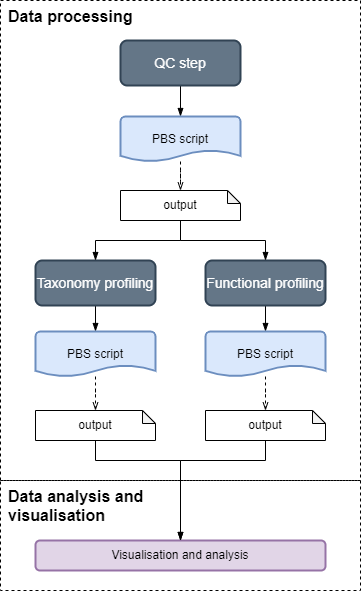
Earlier version of the draw.io export docs/assets/img/tutorials/no-singularity/tut_OverallSchema.png (mrcbioinfo/mima-pipeline). Source tidied: cells renumbered, new cells last; positions are measured from the earlier drawing's top-left corner, leaving out a move shared by most shapes. Source of this version:
```xml
<mxGraphModel>
  <root>
    <mxCell id="0" />
    <mxCell id="1" parent="0" />
    <mxCell id="2" value="&lt;b style=&quot;font-size: 16px;&quot;&gt;Data processing&lt;/b&gt;" style="rounded=0;whiteSpace=wrap;html=1;fontFamily=Helvetica;fontSize=16;fontColor=rgb(0, 0, 0);align=left;strokeColor=rgb(0, 0, 0);fillColor=none;dashed=1;verticalAlign=top;spacingLeft=6;" parent="1" vertex="1">
      <mxGeometry width="360" height="480" as="geometry" />
    </mxCell>
    <mxCell id="3" value="&lt;b&gt;Data analysis and &lt;br&gt;visualisation&lt;/b&gt;" style="rounded=0;whiteSpace=wrap;html=1;fontFamily=Helvetica;fontSize=16;fontColor=rgb(0, 0, 0);align=left;strokeColor=rgb(0, 0, 0);fillColor=none;dashed=1;verticalAlign=top;spacingLeft=6;" parent="1" vertex="1">
      <mxGeometry y="480" width="360" height="110" as="geometry" />
    </mxCell>
    <mxCell id="4" style="edgeStyle=orthogonalEdgeStyle;rounded=0;jettySize=auto;html=1;endArrow=blockThin;endFill=1;" parent="1" edge="1" source="5" target="7">
      <mxGeometry relative="1" as="geometry" />
    </mxCell>
    <mxCell id="5" value="QC step" style="rounded=1;whiteSpace=wrap;html=1;strokeWidth=2;fillColor=#647687;strokeColor=#314354;fontColor=#ffffff;fontSize=14;" parent="1" vertex="1">
      <mxGeometry x="120" y="40" width="120" height="45" as="geometry" />
    </mxCell>
    <mxCell id="6" style="edgeStyle=orthogonalEdgeStyle;rounded=0;jettySize=auto;html=1;endArrow=openThin;endFill=0;dashed=1;" parent="1" edge="1" source="7" target="14">
      <mxGeometry relative="1" as="geometry" />
    </mxCell>
    <mxCell id="7" value="PBS script" style="strokeWidth=2;html=1;shape=mxgraph.flowchart.document2;whiteSpace=wrap;size=0.25;fillColor=#dae8fc;fontColor=default;strokeColor=#6c8ebf;rounded=1;" parent="1" vertex="1">
      <mxGeometry x="120" y="116" width="120" height="45" as="geometry" />
    </mxCell>
    <mxCell id="8" style="edgeStyle=orthogonalEdgeStyle;rounded=0;jettySize=auto;html=1;endArrow=blockThin;endFill=1;" parent="1" edge="1" source="9" target="17">
      <mxGeometry relative="1" as="geometry" />
    </mxCell>
    <mxCell id="9" value="Taxonomy profiling" style="rounded=1;whiteSpace=wrap;html=1;strokeWidth=2;fillColor=#647687;strokeColor=#314354;fontColor=#ffffff;fontSize=14;" parent="1" vertex="1">
      <mxGeometry x="35" y="260" width="120" height="45" as="geometry" />
    </mxCell>
    <mxCell id="10" style="edgeStyle=orthogonalEdgeStyle;rounded=0;jettySize=auto;html=1;endArrow=blockThin;endFill=1;" parent="1" edge="1" source="11" target="19">
      <mxGeometry relative="1" as="geometry" />
    </mxCell>
    <mxCell id="11" value="Functional profiling" style="rounded=1;whiteSpace=wrap;html=1;strokeWidth=2;fillColor=#647687;strokeColor=#314354;fontColor=#ffffff;fontSize=14;" parent="1" vertex="1">
      <mxGeometry x="205" y="260" width="120" height="45" as="geometry" />
    </mxCell>
    <mxCell id="12" style="edgeStyle=orthogonalEdgeStyle;rounded=0;jettySize=auto;html=1;endArrow=blockThin;endFill=1;" parent="1" edge="1" source="14" target="9">
      <mxGeometry relative="1" as="geometry" />
    </mxCell>
    <mxCell id="13" style="edgeStyle=orthogonalEdgeStyle;rounded=0;jettySize=auto;html=1;endArrow=blockThin;endFill=1;" parent="1" edge="1" source="14" target="11">
      <mxGeometry relative="1" as="geometry" />
    </mxCell>
    <mxCell id="14" value="output" style="shape=note;whiteSpace=wrap;html=1;backgroundOutline=1;darkOpacity=0.05;fontFamily=Helvetica;fontSize=12;fontColor=rgb(0, 0, 0);align=center;strokeColor=rgb(0, 0, 0);strokeWidth=1;fillColor=rgb(255, 255, 255);size=13;" parent="1" vertex="1">
      <mxGeometry x="120" y="190" width="120" height="30" as="geometry" />
    </mxCell>
    <mxCell id="15" value="Visualisation and analysis" style="rounded=1;whiteSpace=wrap;html=1;strokeWidth=2;fillColor=#e1d5e7;strokeColor=#9673a6;" parent="1" vertex="1">
      <mxGeometry x="35" y="540" width="290" height="30" as="geometry" />
    </mxCell>
    <mxCell id="16" style="edgeStyle=orthogonalEdgeStyle;rounded=0;jettySize=auto;html=1;endArrow=openThin;endFill=0;dashed=1;" parent="1" edge="1" source="17" target="21">
      <mxGeometry relative="1" as="geometry" />
    </mxCell>
    <mxCell id="17" value="PBS script" style="strokeWidth=2;html=1;shape=mxgraph.flowchart.document2;whiteSpace=wrap;size=0.25;fillColor=#dae8fc;fontColor=default;strokeColor=#6c8ebf;rounded=1;" parent="1" vertex="1">
      <mxGeometry x="35" y="331" width="120" height="45" as="geometry" />
    </mxCell>
    <mxCell id="18" style="edgeStyle=orthogonalEdgeStyle;rounded=0;jettySize=auto;html=1;endArrow=openThin;endFill=0;dashed=1;" parent="1" edge="1" source="19" target="23">
      <mxGeometry relative="1" as="geometry" />
    </mxCell>
    <mxCell id="19" value="PBS script" style="strokeWidth=2;html=1;shape=mxgraph.flowchart.document2;whiteSpace=wrap;size=0.25;fillColor=#dae8fc;fontColor=default;strokeColor=#6c8ebf;rounded=1;" parent="1" vertex="1">
      <mxGeometry x="205" y="331" width="120" height="45" as="geometry" />
    </mxCell>
    <mxCell id="20" style="edgeStyle=orthogonalEdgeStyle;rounded=0;jettySize=auto;html=1;entryX=0.5;entryY=0;entryDx=0;entryDy=0;endArrow=blockThin;endFill=1;" parent="1" edge="1" source="21" target="15">
      <mxGeometry relative="1" as="geometry">
        <Array as="points">
          <mxPoint x="95" y="460" />
          <mxPoint x="180" y="460" />
        </Array>
      </mxGeometry>
    </mxCell>
    <mxCell id="21" value="output" style="shape=note;whiteSpace=wrap;html=1;backgroundOutline=1;darkOpacity=0.05;fontFamily=Helvetica;fontSize=12;fontColor=rgb(0, 0, 0);align=center;strokeColor=rgb(0, 0, 0);strokeWidth=1;fillColor=rgb(255, 255, 255);size=13;" parent="1" vertex="1">
      <mxGeometry x="35" y="410" width="120" height="30" as="geometry" />
    </mxCell>
    <mxCell id="22" style="edgeStyle=orthogonalEdgeStyle;rounded=0;jettySize=auto;html=1;endArrow=blockThin;endFill=1;" parent="1" edge="1" source="23" target="15">
      <mxGeometry relative="1" as="geometry">
        <Array as="points">
          <mxPoint x="265" y="460" />
          <mxPoint x="180" y="460" />
        </Array>
      </mxGeometry>
    </mxCell>
    <mxCell id="23" value="output" style="shape=note;whiteSpace=wrap;html=1;backgroundOutline=1;darkOpacity=0.05;fontFamily=Helvetica;fontSize=12;fontColor=rgb(0, 0, 0);align=center;strokeColor=rgb(0, 0, 0);strokeWidth=1;fillColor=rgb(255, 255, 255);size=13;" parent="1" vertex="1">
      <mxGeometry x="205" y="410" width="120" height="30" as="geometry" />
    </mxCell>
  </root>
</mxGraphModel>
```
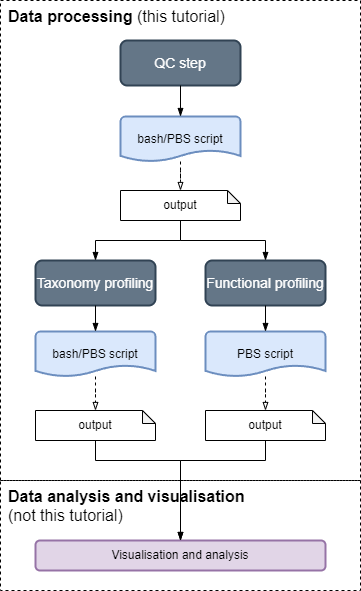
Above is the later version.

Commit message:
update tutorial with new parameter settings and images

Diff of the diagram source:
```diff
@@ -2,72 +2,72 @@
   <root>
     <mxCell id="0" />
     <mxCell id="1" parent="0" />
-    <mxCell id="2" value="&lt;b style=&quot;font-size: 16px;&quot;&gt;Data processing&lt;/b&gt;" style="rounded=0;whiteSpace=wrap;html=1;fontFamily=Helvetica;fontSize=16;fontColor=rgb(0, 0, 0);align=left;strokeColor=rgb(0, 0, 0);fillColor=none;dashed=1;verticalAlign=top;spacingLeft=6;" parent="1" vertex="1">
-      <mxGeometry width="360" height="480" as="geometry" />
+    <mxCell id="2" style="group;" parent="1" vertex="1">
+      <mxGeometry width="360" height="590" as="geometry" />
     </mxCell>
-    <mxCell id="3" value="&lt;b&gt;Data analysis and &lt;br&gt;visualisation&lt;/b&gt;" style="rounded=0;whiteSpace=wrap;html=1;fontFamily=Helvetica;fontSize=16;fontColor=rgb(0, 0, 0);align=left;strokeColor=rgb(0, 0, 0);fillColor=none;dashed=1;verticalAlign=top;spacingLeft=6;" parent="1" vertex="1">
-      <mxGeometry y="480" width="360" height="110" as="geometry" />
+    <mxCell id="3" value="&lt;b style=&quot;font-size: 16px;&quot;&gt;Data processing &lt;/b&gt;&lt;span style=&quot;font-size: 16px;&quot;&gt;(this tutorial)&lt;/span&gt;" style="rounded=0;whiteSpace=wrap;html=1;fontFamily=Helvetica;fontSize=16;fontColor=rgb(0, 0, 0);align=left;strokeColor=rgb(0, 0, 0);fillColor=none;dashed=1;verticalAlign=top;spacingLeft=6;" parent="2" vertex="1">
+      <mxGeometry width="360" height="480" as="geometry" />
     </mxCell>
-    <mxCell id="4" style="edgeStyle=orthogonalEdgeStyle;rounded=0;jettySize=auto;html=1;endArrow=blockThin;endFill=1;" parent="1" edge="1" source="5" target="7">
-      <mxGeometry relative="1" as="geometry" />
+    <mxCell id="4" value="&lt;b&gt;Data analysis and&amp;nbsp;visualisation &lt;br&gt;&lt;/b&gt;(not this tutorial)" style="rounded=0;whiteSpace=wrap;html=1;fontFamily=Helvetica;fontSize=16;fontColor=rgb(0, 0, 0);align=left;strokeColor=rgb(0, 0, 0);fillColor=none;dashed=1;verticalAlign=top;spacingLeft=6;" parent="2" vertex="1">
+      <mxGeometry y="480" width="360" height="110" as="geometry" />
     </mxCell>
-    <mxCell id="5" value="QC step" style="rounded=1;whiteSpace=wrap;html=1;strokeWidth=2;fillColor=#647687;strokeColor=#314354;fontColor=#ffffff;fontSize=14;" parent="1" vertex="1">
+    <mxCell id="5" value="QC step" style="rounded=1;whiteSpace=wrap;html=1;strokeWidth=2;fillColor=#647687;strokeColor=#314354;fontColor=#ffffff;fontSize=14;" parent="2" vertex="1">
       <mxGeometry x="120" y="40" width="120" height="45" as="geometry" />
     </mxCell>
-    <mxCell id="6" style="edgeStyle=orthogonalEdgeStyle;rounded=0;jettySize=auto;html=1;endArrow=openThin;endFill=0;dashed=1;" parent="1" edge="1" source="7" target="14">
-      <mxGeometry relative="1" as="geometry" />
+    <mxCell id="6" value="bash/PBS script" style="strokeWidth=2;html=1;shape=mxgraph.flowchart.document2;whiteSpace=wrap;size=0.25;fillColor=#dae8fc;fontColor=default;strokeColor=#6c8ebf;rounded=1;" parent="2" vertex="1">
+      <mxGeometry x="120" y="116" width="120" height="45" as="geometry" />
     </mxCell>
-    <mxCell id="7" value="PBS script" style="strokeWidth=2;html=1;shape=mxgraph.flowchart.document2;whiteSpace=wrap;size=0.25;fillColor=#dae8fc;fontColor=default;strokeColor=#6c8ebf;rounded=1;" parent="1" vertex="1">
-      <mxGeometry x="120" y="116" width="120" height="45" as="geometry" />
+    <mxCell id="7" style="edgeStyle=orthogonalEdgeStyle;rounded=0;jettySize=auto;html=1;endArrow=blockThin;endFill=1;" parent="2" edge="1" source="5" target="6">
+      <mxGeometry relative="1" as="geometry" />
     </mxCell>
-    <mxCell id="8" style="edgeStyle=orthogonalEdgeStyle;rounded=0;jettySize=auto;html=1;endArrow=blockThin;endFill=1;" parent="1" edge="1" source="9" target="17">
-      <mxGeometry relative="1" as="geometry" />
+    <mxCell id="8" value="Taxonomy profiling" style="rounded=1;whiteSpace=wrap;html=1;strokeWidth=2;fillColor=#647687;strokeColor=#314354;fontColor=#ffffff;fontSize=14;" parent="2" vertex="1">
+      <mxGeometry x="35" y="260" width="120" height="45" as="geometry" />
     </mxCell>
-    <mxCell id="9" value="Taxonomy profiling" style="rounded=1;whiteSpace=wrap;html=1;strokeWidth=2;fillColor=#647687;strokeColor=#314354;fontColor=#ffffff;fontSize=14;" parent="1" vertex="1">
-      <mxGeometry x="35" y="260" width="120" height="45" as="geometry" />
+    <mxCell id="9" value="Functional profiling" style="rounded=1;whiteSpace=wrap;html=1;strokeWidth=2;fillColor=#647687;strokeColor=#314354;fontColor=#ffffff;fontSize=14;" parent="2" vertex="1">
+      <mxGeometry x="205" y="260" width="120" height="45" as="geometry" />
     </mxCell>
-    <mxCell id="10" style="edgeStyle=orthogonalEdgeStyle;rounded=0;jettySize=auto;html=1;endArrow=blockThin;endFill=1;" parent="1" edge="1" source="11" target="19">
+    <mxCell id="10" style="edgeStyle=orthogonalEdgeStyle;rounded=0;jettySize=auto;html=1;endArrow=blockThin;endFill=1;" parent="2" edge="1" source="12" target="8">
       <mxGeometry relative="1" as="geometry" />
     </mxCell>
-    <mxCell id="11" value="Functional profiling" style="rounded=1;whiteSpace=wrap;html=1;strokeWidth=2;fillColor=#647687;strokeColor=#314354;fontColor=#ffffff;fontSize=14;" parent="1" vertex="1">
-      <mxGeometry x="205" y="260" width="120" height="45" as="geometry" />
+    <mxCell id="11" style="edgeStyle=orthogonalEdgeStyle;rounded=0;jettySize=auto;html=1;endArrow=blockThin;endFill=1;" parent="2" edge="1" source="12" target="9">
+      <mxGeometry relative="1" as="geometry" />
     </mxCell>
-    <mxCell id="12" style="edgeStyle=orthogonalEdgeStyle;rounded=0;jettySize=auto;html=1;endArrow=blockThin;endFill=1;" parent="1" edge="1" source="14" target="9">
-      <mxGeometry relative="1" as="geometry" />
+    <mxCell id="12" value="output" style="shape=note;whiteSpace=wrap;html=1;backgroundOutline=1;darkOpacity=0.05;fontFamily=Helvetica;fontSize=12;fontColor=rgb(0, 0, 0);align=center;strokeColor=rgb(0, 0, 0);strokeWidth=1;fillColor=rgb(255, 255, 255);size=13;" parent="2" vertex="1">
+      <mxGeometry x="120" y="190" width="120" height="30" as="geometry" />
     </mxCell>
-    <mxCell id="13" style="edgeStyle=orthogonalEdgeStyle;rounded=0;jettySize=auto;html=1;endArrow=blockThin;endFill=1;" parent="1" edge="1" source="14" target="11">
+    <mxCell id="13" style="edgeStyle=orthogonalEdgeStyle;rounded=0;jettySize=auto;html=1;endArrow=blockThin;endFill=0;dashed=1;fontSize=16;" parent="2" edge="1" source="6" target="12">
       <mxGeometry relative="1" as="geometry" />
     </mxCell>
-    <mxCell id="14" value="output" style="shape=note;whiteSpace=wrap;html=1;backgroundOutline=1;darkOpacity=0.05;fontFamily=Helvetica;fontSize=12;fontColor=rgb(0, 0, 0);align=center;strokeColor=rgb(0, 0, 0);strokeWidth=1;fillColor=rgb(255, 255, 255);size=13;" parent="1" vertex="1">
-      <mxGeometry x="120" y="190" width="120" height="30" as="geometry" />
+    <mxCell id="14" value="Visualisation and analysis" style="rounded=1;whiteSpace=wrap;html=1;strokeWidth=2;fillColor=#e1d5e7;strokeColor=#9673a6;" parent="2" vertex="1">
+      <mxGeometry x="35" y="540" width="290" height="30" as="geometry" />
     </mxCell>
-    <mxCell id="15" value="Visualisation and analysis" style="rounded=1;whiteSpace=wrap;html=1;strokeWidth=2;fillColor=#e1d5e7;strokeColor=#9673a6;" parent="1" vertex="1">
-      <mxGeometry x="35" y="540" width="290" height="30" as="geometry" />
+    <mxCell id="15" value="bash/PBS script" style="strokeWidth=2;html=1;shape=mxgraph.flowchart.document2;whiteSpace=wrap;size=0.25;fillColor=#dae8fc;fontColor=default;strokeColor=#6c8ebf;rounded=1;" parent="2" vertex="1">
+      <mxGeometry x="35" y="331" width="120" height="45" as="geometry" />
     </mxCell>
-    <mxCell id="16" style="edgeStyle=orthogonalEdgeStyle;rounded=0;jettySize=auto;html=1;endArrow=openThin;endFill=0;dashed=1;" parent="1" edge="1" source="17" target="21">
+    <mxCell id="16" style="edgeStyle=orthogonalEdgeStyle;rounded=0;jettySize=auto;html=1;endArrow=blockThin;endFill=1;" parent="2" edge="1" source="8" target="15">
       <mxGeometry relative="1" as="geometry" />
     </mxCell>
-    <mxCell id="17" value="PBS script" style="strokeWidth=2;html=1;shape=mxgraph.flowchart.document2;whiteSpace=wrap;size=0.25;fillColor=#dae8fc;fontColor=default;strokeColor=#6c8ebf;rounded=1;" parent="1" vertex="1">
-      <mxGeometry x="35" y="331" width="120" height="45" as="geometry" />
+    <mxCell id="17" value="PBS script" style="strokeWidth=2;html=1;shape=mxgraph.flowchart.document2;whiteSpace=wrap;size=0.25;fillColor=#dae8fc;fontColor=default;strokeColor=#6c8ebf;rounded=1;" parent="2" vertex="1">
+      <mxGeometry x="205" y="331" width="120" height="45" as="geometry" />
     </mxCell>
-    <mxCell id="18" style="edgeStyle=orthogonalEdgeStyle;rounded=0;jettySize=auto;html=1;endArrow=openThin;endFill=0;dashed=1;" parent="1" edge="1" source="19" target="23">
+    <mxCell id="18" style="edgeStyle=orthogonalEdgeStyle;rounded=0;jettySize=auto;html=1;endArrow=blockThin;endFill=1;" parent="2" edge="1" source="9" target="17">
       <mxGeometry relative="1" as="geometry" />
     </mxCell>
-    <mxCell id="19" value="PBS script" style="strokeWidth=2;html=1;shape=mxgraph.flowchart.document2;whiteSpace=wrap;size=0.25;fillColor=#dae8fc;fontColor=default;strokeColor=#6c8ebf;rounded=1;" parent="1" vertex="1">
-      <mxGeometry x="205" y="331" width="120" height="45" as="geometry" />
+    <mxCell id="19" style="edgeStyle=orthogonalEdgeStyle;rounded=0;jettySize=auto;html=1;entryX=0.5;entryY=0;entryDx=0;entryDy=0;endArrow=blockThin;endFill=1;" parent="2" edge="1" source="20" target="14">
+      <mxGeometry relative="1" as="geometry">
+        <Array as="points">
+          <mxPoint x="95" y="460" />
+          <mxPoint x="180" y="460" />
+        </Array>
+      </mxGeometry>
     </mxCell>
-    <mxCell id="20" style="edgeStyle=orthogonalEdgeStyle;rounded=0;jettySize=auto;html=1;entryX=0.5;entryY=0;entryDx=0;entryDy=0;endArrow=blockThin;endFill=1;" parent="1" edge="1" source="21" target="15">
-      <mxGeometry relative="1" as="geometry">
-        <Array as="points">
-          <mxPoint x="95" y="460" />
-          <mxPoint x="180" y="460" />
-        </Array>
-      </mxGeometry>
+    <mxCell id="20" value="output" style="shape=note;whiteSpace=wrap;html=1;backgroundOutline=1;darkOpacity=0.05;fontFamily=Helvetica;fontSize=12;fontColor=rgb(0, 0, 0);align=center;strokeColor=rgb(0, 0, 0);strokeWidth=1;fillColor=rgb(255, 255, 255);size=13;" parent="2" vertex="1">
+      <mxGeometry x="35" y="410" width="120" height="30" as="geometry" />
     </mxCell>
-    <mxCell id="21" value="output" style="shape=note;whiteSpace=wrap;html=1;backgroundOutline=1;darkOpacity=0.05;fontFamily=Helvetica;fontSize=12;fontColor=rgb(0, 0, 0);align=center;strokeColor=rgb(0, 0, 0);strokeWidth=1;fillColor=rgb(255, 255, 255);size=13;" parent="1" vertex="1">
-      <mxGeometry x="35" y="410" width="120" height="30" as="geometry" />
+    <mxCell id="21" style="edgeStyle=orthogonalEdgeStyle;rounded=0;jettySize=auto;html=1;endArrow=blockThin;endFill=0;dashed=1;fontSize=16;" parent="2" edge="1" source="15" target="20">
+      <mxGeometry relative="1" as="geometry" />
     </mxCell>
-    <mxCell id="22" style="edgeStyle=orthogonalEdgeStyle;rounded=0;jettySize=auto;html=1;endArrow=blockThin;endFill=1;" parent="1" edge="1" source="23" target="15">
+    <mxCell id="22" style="edgeStyle=orthogonalEdgeStyle;rounded=0;jettySize=auto;html=1;endArrow=blockThin;endFill=1;" parent="2" edge="1" source="23" target="14">
       <mxGeometry relative="1" as="geometry">
         <Array as="points">
           <mxPoint x="265" y="460" />
@@ -75,8 +75,11 @@
         </Array>
       </mxGeometry>
     </mxCell>
-    <mxCell id="23" value="output" style="shape=note;whiteSpace=wrap;html=1;backgroundOutline=1;darkOpacity=0.05;fontFamily=Helvetica;fontSize=12;fontColor=rgb(0, 0, 0);align=center;strokeColor=rgb(0, 0, 0);strokeWidth=1;fillColor=rgb(255, 255, 255);size=13;" parent="1" vertex="1">
+    <mxCell id="23" value="output" style="shape=note;whiteSpace=wrap;html=1;backgroundOutline=1;darkOpacity=0.05;fontFamily=Helvetica;fontSize=12;fontColor=rgb(0, 0, 0);align=center;strokeColor=rgb(0, 0, 0);strokeWidth=1;fillColor=rgb(255, 255, 255);size=13;" parent="2" vertex="1">
       <mxGeometry x="205" y="410" width="120" height="30" as="geometry" />
     </mxCell>
+    <mxCell id="24" style="edgeStyle=orthogonalEdgeStyle;rounded=0;jettySize=auto;html=1;endArrow=blockThin;endFill=0;dashed=1;fontSize=16;" parent="2" edge="1" source="17" target="23">
+      <mxGeometry relative="1" as="geometry" />
+    </mxCell>
   </root>
 </mxGraphModel>
```
